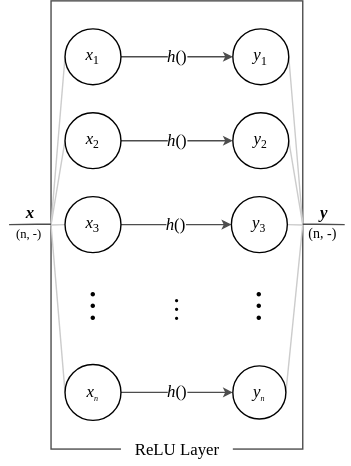
dragoon8192/LaundryTag keeps this draw.io diagram as img/ReLU.svg. Above is the earlier version. Source tidied: cells renumbered, new cells last; positions are measured from the earlier drawing's top-left corner, leaving out a move shared by most shapes.
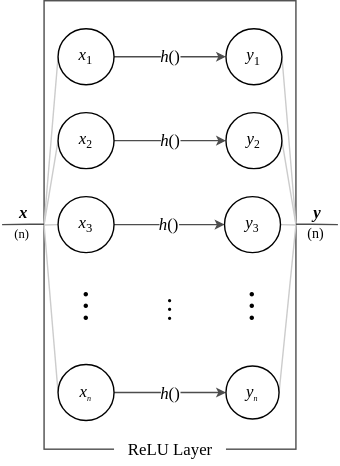
The same file after the commit.

Change to the diagram source:
```diff
@@ -114,11 +114,11 @@
     <mxCell id="29" value="&lt;span style=&quot;color: rgb(0, 0, 0); font-family: &amp;quot;Times New Roman&amp;quot;; font-size: 24px; font-style: normal; font-variant-ligatures: normal; font-variant-caps: normal; font-weight: 400; letter-spacing: normal; orphans: 2; text-indent: 0px; text-transform: none; widows: 2; word-spacing: 0px; -webkit-text-stroke-width: 0px; text-decoration-thickness: initial; text-decoration-style: initial; text-decoration-color: initial; float: none; display: inline !important;&quot;&gt;︙&lt;/span&gt;" style="text;whiteSpace=wrap;html=1;fontFamily=Times New Roman;align=center;verticalAlign=middle;fontSize=24;labelBackgroundColor=none;" parent="1" vertex="1">
       <mxGeometry x="175" y="200" width="20" height="40" as="geometry" />
     </mxCell>
-    <mxCell id="30" value="&lt;font style=&quot;font-size: 9px;&quot;&gt;(n, -)&lt;/font&gt;" style="text;html=1;align=center;verticalAlign=middle;strokeColor=none;fillColor=none;fontSize=18;fontFamily=Times New Roman;spacing=0;labelBackgroundColor=none;" parent="1" vertex="1">
-      <mxGeometry y="149" width="40" height="30" as="geometry" />
+    <mxCell id="30" value="&lt;font style=&quot;font-size: 9px;&quot;&gt;(n)&lt;/font&gt;" style="text;html=1;align=center;verticalAlign=middle;strokeColor=none;fillColor=none;fontSize=18;fontFamily=Times New Roman;spacing=0;labelBackgroundColor=none;" parent="1" vertex="1">
+      <mxGeometry x="5" y="149" width="30" height="30" as="geometry" />
     </mxCell>
-    <mxCell id="31" value="&lt;font size=&quot;1&quot;&gt;(n, -)&lt;/font&gt;" style="text;html=1;align=center;verticalAlign=middle;strokeColor=none;fillColor=none;fontSize=18;fontFamily=Times New Roman;spacing=0;labelBackgroundColor=none;" parent="1" vertex="1">
-      <mxGeometry x="210" y="149" width="40" height="30" as="geometry" />
+    <mxCell id="31" value="&lt;font size=&quot;1&quot;&gt;(n)&lt;/font&gt;" style="text;html=1;align=center;verticalAlign=middle;strokeColor=none;fillColor=none;fontSize=18;fontFamily=Times New Roman;spacing=0;labelBackgroundColor=none;" parent="1" vertex="1">
+      <mxGeometry x="215" y="149" width="30" height="30" as="geometry" />
     </mxCell>
   </root>
 </mxGraphModel>
```
